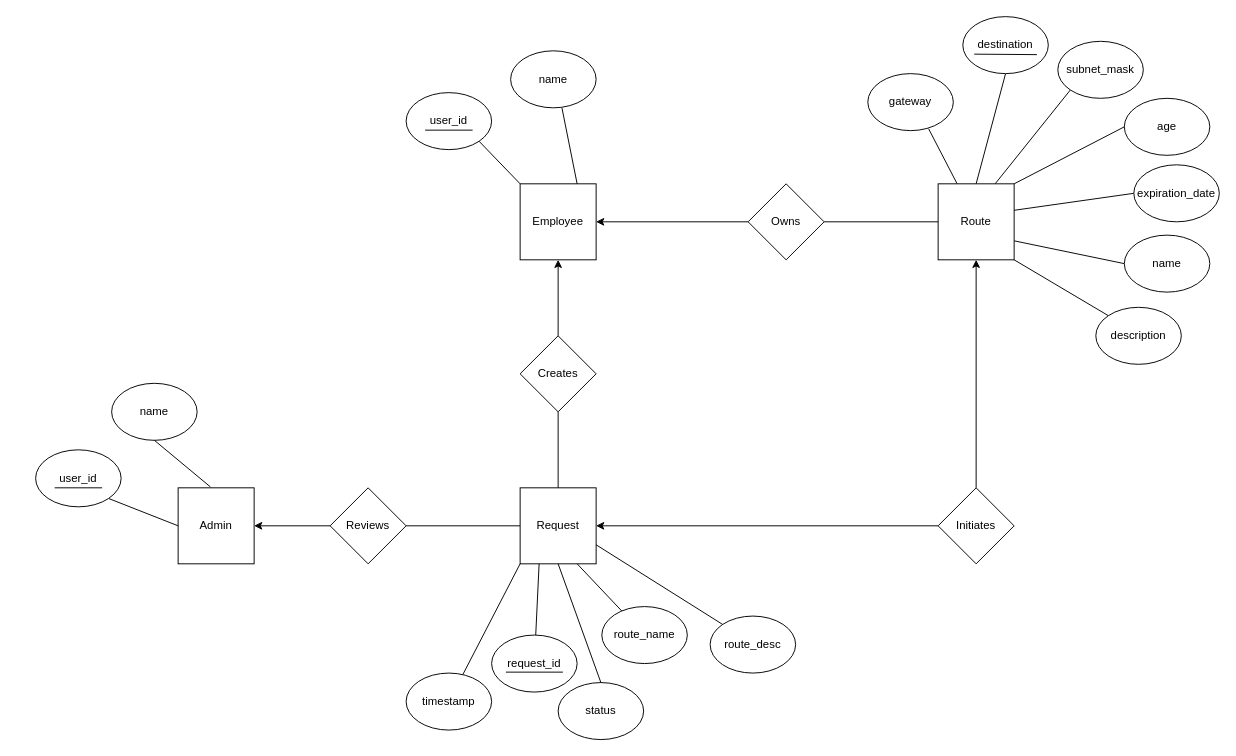
Earlier version of the draw.io diagram vpn-routing-erd.drawio (macsyd/csc370-database-project). Source tidied: cells renumbered, new cells numbered last; positions are measured from the earlier drawing's top-left corner, leaving out a move shared by most shapes. Both pictures are drawn from the tidied source at 95%, with x=0, y=0 at pixel (35, 16).
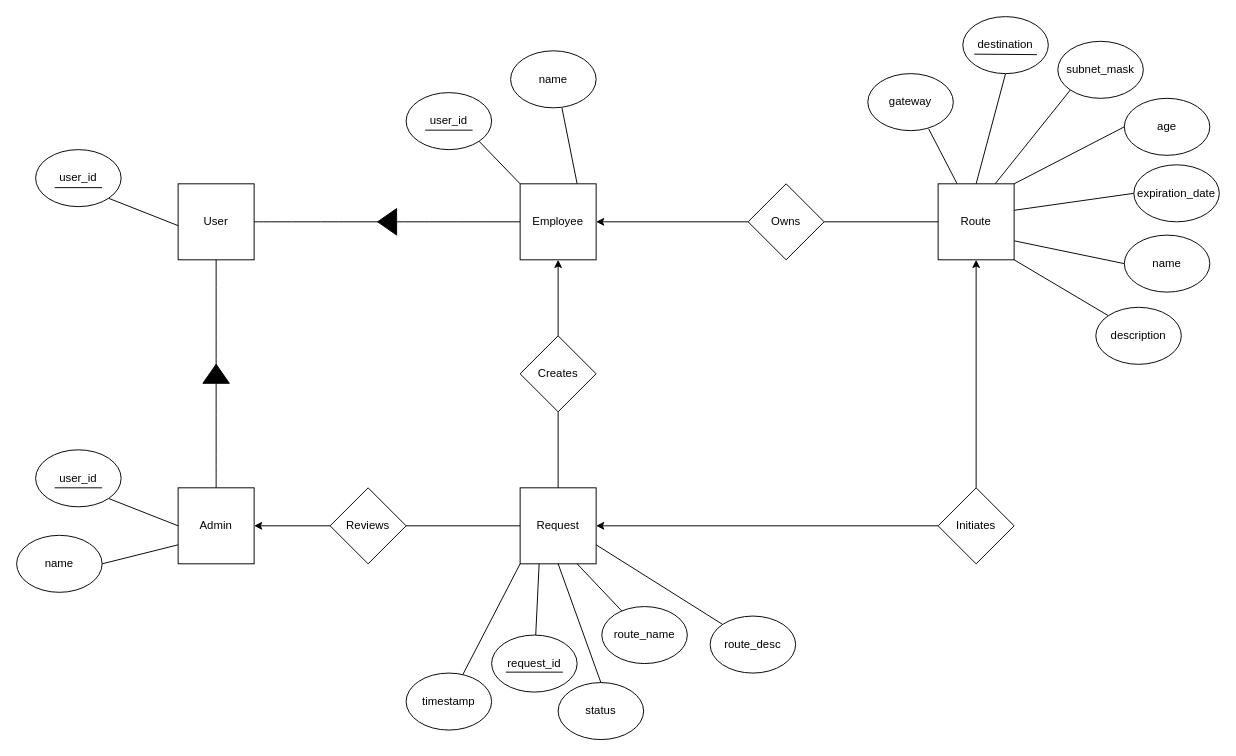
After the change.

The change refers to these unchanged cells:
```xml
<mxCell id="18" value="Employee" style="whiteSpace=wrap;html=1;" parent="1" vertex="1">
  <mxGeometry x="510" y="176" width="80" height="80" as="geometry" />
</mxCell>
<mxCell id="35" value="Admin" style="whiteSpace=wrap;html=1;" parent="1" vertex="1">
  <mxGeometry x="150" y="496" width="80" height="80" as="geometry" />
</mxCell>
```

What changed in the source:
```diff
@@
     <mxCell id="48" value="name" style="ellipse;whiteSpace=wrap;html=1;" parent="1" vertex="1">
-      <mxGeometry x="80" y="386" width="90" height="60" as="geometry" />
+      <mxGeometry x="-20" y="546" width="90" height="60" as="geometry" />
     </mxCell>
-    <mxCell id="49" style="rounded=0;jettySize=auto;html=1;exitX=0.5;exitY=1;exitDx=0;exitDy=0;endArrow=none;endFill=0;entryX=0.425;entryY=-0.012;entryDx=0;entryDy=0;entryPerimeter=0;" parent="1" edge="1" source="48" target="35">
+    <mxCell id="49" style="rounded=0;jettySize=auto;html=1;exitX=1;exitY=0.5;exitDx=0;exitDy=0;endArrow=none;endFill=0;entryX=0;entryY=0.75;entryDx=0;entryDy=0;" parent="1" edge="1" source="48" target="35">
       <mxGeometry relative="1" as="geometry" />
     </mxCell>
@@
+    <mxCell id="54" value="User" style="whiteSpace=wrap;html=1;" parent="1" vertex="1">
+      <mxGeometry x="150" y="176" width="80" height="80" as="geometry" />
+    </mxCell>
+    <mxCell id="55" style="endArrow=none;html=1;rounded=0;fontSize=12;startSize=8;endSize=8;curved=1;entryX=0.5;entryY=1;entryDx=0;entryDy=0;exitX=0.5;exitY=0;exitDx=0;exitDy=0;" parent="1" edge="1" source="35" target="54">
+      <mxGeometry relative="1" as="geometry" />
+    </mxCell>
+    <mxCell id="56" style="endArrow=none;html=1;rounded=0;fontSize=12;startSize=8;endSize=8;curved=1;exitX=1;exitY=0.5;exitDx=0;exitDy=0;entryX=0;entryY=0.5;entryDx=0;entryDy=0;" parent="1" edge="1" source="54" target="18">
+      <mxGeometry relative="1" as="geometry" />
+    </mxCell>
+    <mxCell id="57" style="shape=mxgraph.arrows2.wedgeArrow;html=1;startWidth=13.939393939393938;fillColor=strokeColor;defaultFillColor=invert;defaultGradientColor=invert;rounded=0;fontSize=12;startSize=8;endSize=8;curved=1;" parent="1" edge="1">
+      <mxGeometry relative="1" as="geometry">
+        <mxPoint x="190" y="386" as="sourcePoint" />
+        <mxPoint x="190" y="366" as="targetPoint" />
+      </mxGeometry>
+    </mxCell>
+    <mxCell id="58" style="shape=mxgraph.arrows2.wedgeArrow;html=1;startWidth=13.939393939393938;fillColor=strokeColor;defaultFillColor=invert;defaultGradientColor=invert;rounded=0;fontSize=12;startSize=8;endSize=8;curved=1;" parent="1" edge="1">
+      <mxGeometry relative="1" as="geometry">
+        <mxPoint x="380" y="216" as="sourcePoint" />
+        <mxPoint x="360" y="216" as="targetPoint" />
+      </mxGeometry>
+    </mxCell>
+    <mxCell id="59" style="rounded=0;jettySize=auto;html=1;exitX=0;exitY=0.5;exitDx=0;exitDy=0;entryX=1;entryY=1;entryDx=0;entryDy=0;endArrow=none;endFill=0;" parent="1" edge="1" target="60">
+      <mxGeometry relative="1" as="geometry">
+        <mxPoint x="150" y="220" as="sourcePoint" />
+      </mxGeometry>
+    </mxCell>
+    <mxCell id="60" value="user_id" style="ellipse;whiteSpace=wrap;html=1;" parent="1" vertex="1">
+      <mxGeometry y="140" width="90" height="60" as="geometry" />
+    </mxCell>
+    <mxCell id="61" style="endArrow=none;html=1;rounded=0;" parent="1" edge="1">
+      <mxGeometry relative="1" as="geometry">
+        <mxPoint x="20" y="180" as="sourcePoint" />
+        <mxPoint x="70" y="180" as="targetPoint" />
+      </mxGeometry>
+    </mxCell>
```
